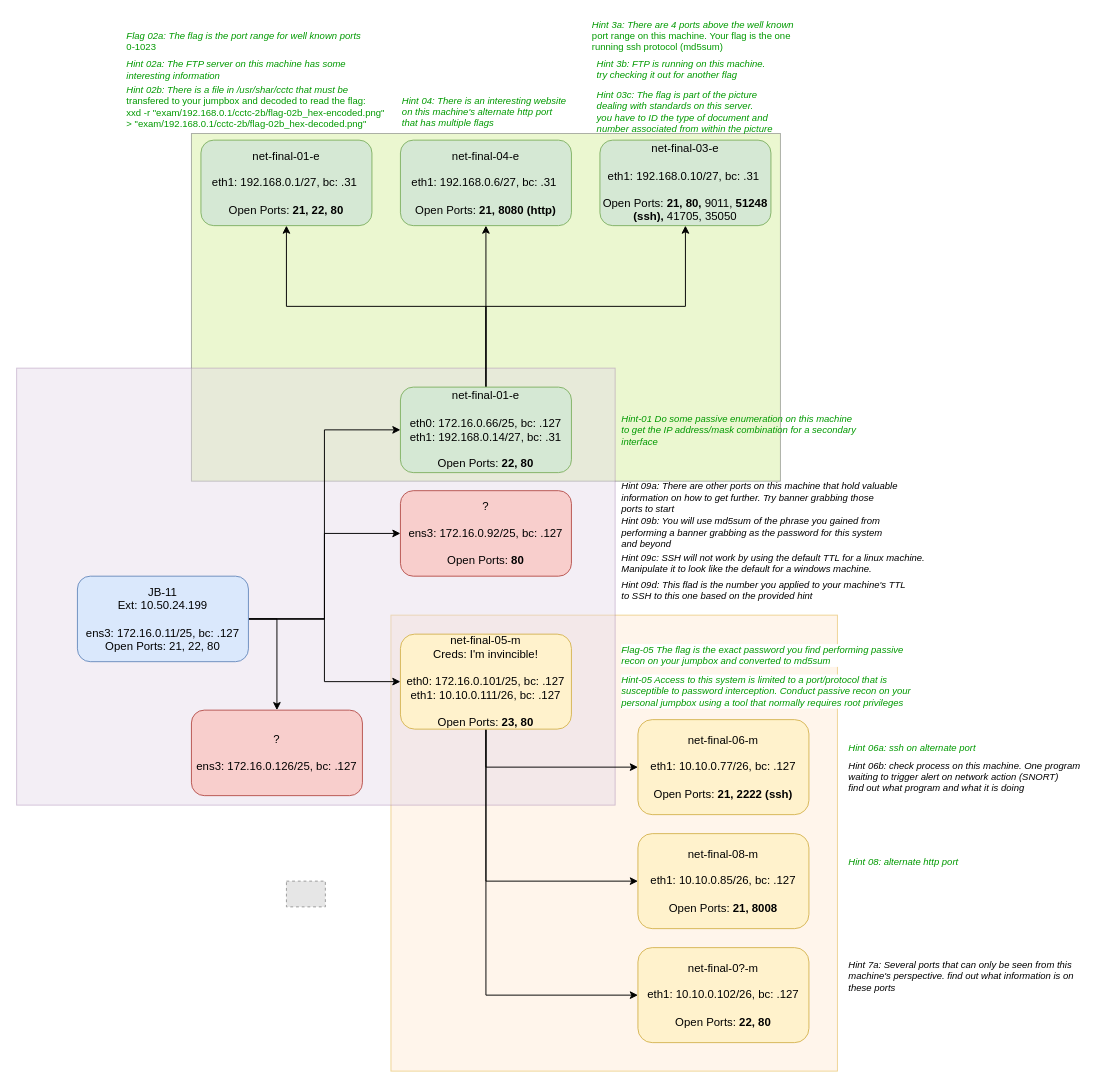
Above: ctf/exam.drawio in abfarr/cctc (draw.io), before the change. Source tidied: cells renumbered, new cells numbered last; positions are measured from the earlier drawing's top-left corner, leaving out a move shared by most shapes. Both pictures are drawn from the tidied source at 95%, with x=0, y=0 at pixel (16, 16). Pictures stored in the file or linked from it are replaced by grey dashed boxes.
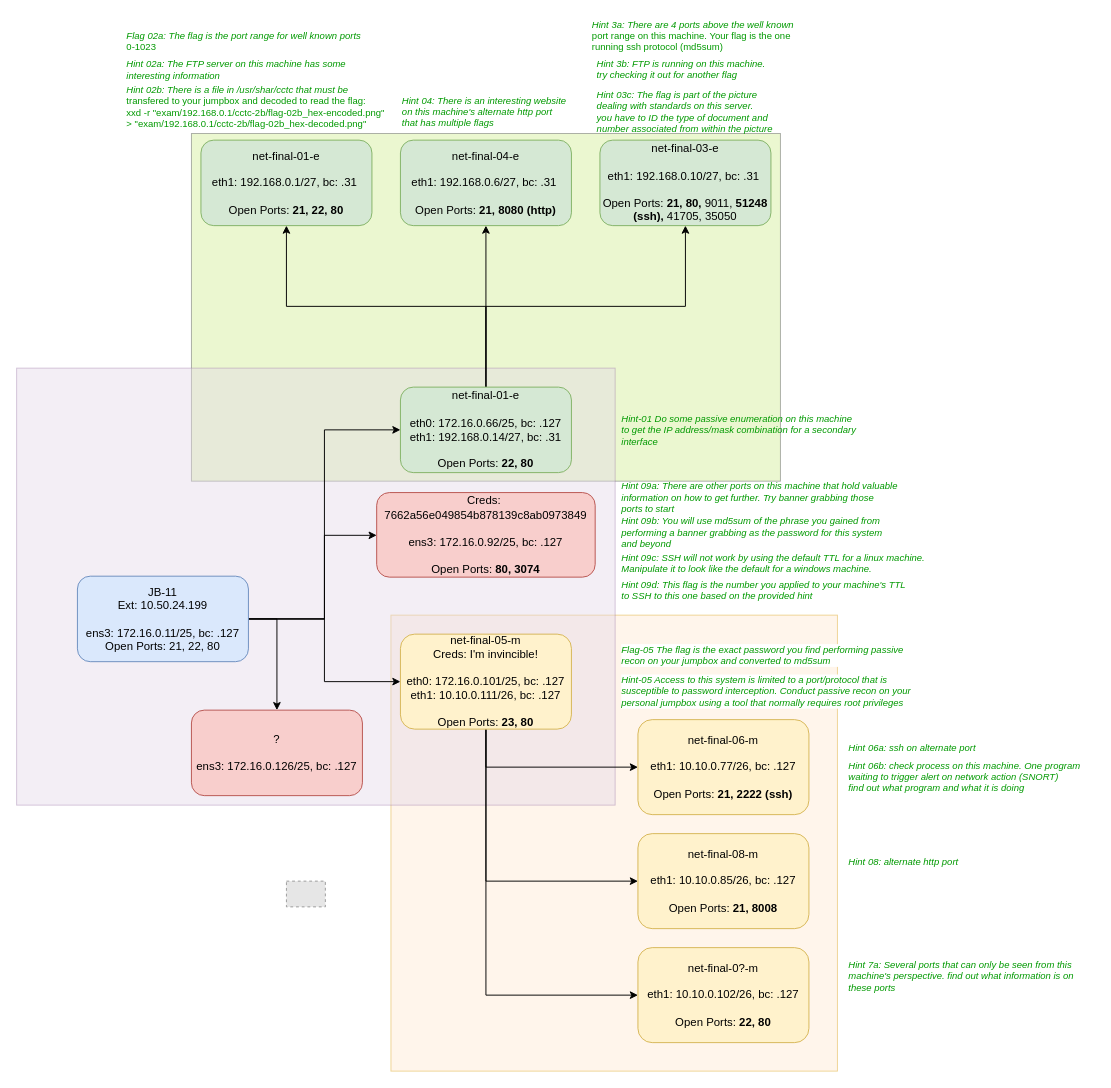
The same diagram, later.

The change refers to these unchanged cells:
```xml
<mxCell id="9" value="JB-11&lt;br&gt;Ext: 10.50.24.199&lt;br&gt;&lt;br&gt;ens3: 172.16.0.11/25, bc: .127&lt;br&gt;Open Ports: 21, 22, 80" style="rounded=1;whiteSpace=wrap;html=1;fillColor=#dae8fc;strokeColor=#6c8ebf;" parent="1" vertex="1">
  <mxGeometry x="64" y="589" width="180" height="90" as="geometry" />
</mxCell>
```

Change to the diagram source:
```diff
@@
     <mxCell id="6" style="edgeStyle=orthogonalEdgeStyle;rounded=0;jettySize=auto;html=1;exitX=1;exitY=0.5;exitDx=0;exitDy=0;fontSize=10;" parent="1" edge="1" source="9" target="20">
-      <mxGeometry relative="1" as="geometry" />
+      <mxGeometry relative="1" as="geometry">
+        <Array as="points">
+          <mxPoint x="324" y="634" />
+          <mxPoint x="324" y="546" />
+        </Array>
+      </mxGeometry>
     </mxCell>
@@
-    <mxCell id="20" value="?&lt;br&gt;&lt;br&gt;ens3: 172.16.0.92/25, bc: .127&lt;br&gt;&lt;br&gt;Open Ports: &lt;b&gt;80&lt;/b&gt;" style="rounded=1;whiteSpace=wrap;html=1;fillColor=#f8cecc;strokeColor=#b85450;" parent="1" vertex="1">
-      <mxGeometry x="404" y="499" width="180" height="90" as="geometry" />
+    <mxCell id="20" value="Creds:&amp;nbsp;&lt;br&gt;7662a56e049854b878139c8ab0973849&lt;br&gt;&lt;br&gt;ens3: 172.16.0.92/25, bc: .127&lt;br&gt;&lt;br&gt;Open Ports: &lt;b&gt;80, 3074&lt;/b&gt;" style="rounded=1;whiteSpace=wrap;html=1;fillColor=#f8cecc;strokeColor=#b85450;" parent="1" vertex="1">
+      <mxGeometry x="379" y="501" width="230" height="89" as="geometry" />
     </mxCell>
@@
-    <mxCell id="22" value="&lt;i style=&quot;font-size: 10px&quot;&gt;Hint 09a: There are other ports on this machine that hold valuable&lt;br style=&quot;font-size: 10px&quot;&gt;information on how to get further. Try banner grabbing those&lt;br style=&quot;font-size: 10px&quot;&gt;ports to start&lt;br style=&quot;font-size: 10px&quot;&gt;&lt;/i&gt;" style="text;html=1;align=left;verticalAlign=middle;strokeColor=none;fillColor=none;fontSize=10;" parent="1" vertex="1">
+    <mxCell id="22" value="&lt;i style=&quot;font-size: 10px&quot;&gt;Hint 09a: There are other ports on this machine that hold valuable&lt;br style=&quot;font-size: 10px&quot;&gt;information on how to get further. Try banner grabbing those&lt;br style=&quot;font-size: 10px&quot;&gt;ports to start&lt;br style=&quot;font-size: 10px&quot;&gt;&lt;/i&gt;" style="text;html=1;align=left;verticalAlign=middle;strokeColor=none;fillColor=none;fontSize=10;fontColor=#009900;" parent="1" vertex="1">
       <mxGeometry x="635" y="486" width="310" height="40" as="geometry" />
     </mxCell>
-    <mxCell id="23" value="&lt;i style=&quot;font-size: 10px&quot;&gt;Hint 09b: You will use md5sum of the phrase you gained from&amp;nbsp;&lt;br style=&quot;font-size: 10px&quot;&gt;performing a banner grabbing as the password for this system&lt;br style=&quot;font-size: 10px&quot;&gt;and beyond&lt;br style=&quot;font-size: 10px&quot;&gt;&lt;/i&gt;" style="text;html=1;align=left;verticalAlign=middle;strokeColor=none;fillColor=none;fontSize=10;" parent="1" vertex="1">
+    <mxCell id="23" value="&lt;i style=&quot;font-size: 10px&quot;&gt;Hint 09b: You will use md5sum of the phrase you gained from&amp;nbsp;&lt;br style=&quot;font-size: 10px&quot;&gt;performing a banner grabbing as the password for this system&lt;br style=&quot;font-size: 10px&quot;&gt;and beyond&lt;br style=&quot;font-size: 10px&quot;&gt;&lt;/i&gt;" style="text;html=1;align=left;verticalAlign=middle;strokeColor=none;fillColor=none;fontSize=10;fontColor=#009900;" parent="1" vertex="1">
       <mxGeometry x="635" y="523" width="290" height="40" as="geometry" />
     </mxCell>
-    <mxCell id="24" value="&lt;i style=&quot;font-size: 10px&quot;&gt;Hint 09c: SSH will not work by using the default TTL for a linux machine.&lt;br style=&quot;font-size: 10px&quot;&gt;Manipulate it to look like the default for a windows machine.&lt;br style=&quot;font-size: 10px&quot;&gt;&lt;/i&gt;" style="text;html=1;align=left;verticalAlign=middle;strokeColor=none;fillColor=none;fontSize=10;" parent="1" vertex="1">
+    <mxCell id="24" value="&lt;i style=&quot;font-size: 10px&quot;&gt;Hint 09c: SSH will not work by using the default TTL for a linux machine.&lt;br style=&quot;font-size: 10px&quot;&gt;Manipulate it to look like the default for a windows machine.&lt;br style=&quot;font-size: 10px&quot;&gt;&lt;/i&gt;" style="text;html=1;align=left;verticalAlign=middle;strokeColor=none;fillColor=none;fontSize=10;fontColor=#009900;" parent="1" vertex="1">
       <mxGeometry x="635" y="560" width="330" height="30" as="geometry" />
     </mxCell>
-    <mxCell id="25" value="&lt;i style=&quot;font-size: 10px&quot;&gt;Hint 09d: This flad is the number you applied to your machine's TTL&lt;br&gt;to SSH to this one based on the provided hint&lt;br style=&quot;font-size: 10px&quot;&gt;&lt;/i&gt;" style="text;html=1;align=left;verticalAlign=middle;strokeColor=none;fillColor=none;fontSize=10;" parent="1" vertex="1">
+    <mxCell id="25" value="&lt;i style=&quot;font-size: 10px&quot;&gt;Hint 09d: This flag is the number you applied to your machine's TTL&lt;br&gt;to SSH to this one based on the provided hint&lt;br style=&quot;font-size: 10px&quot;&gt;&lt;/i&gt;" style="text;html=1;align=left;verticalAlign=middle;strokeColor=none;fillColor=none;fontSize=10;fontColor=#009900;" parent="1" vertex="1">
       <mxGeometry x="635" y="589" width="320" height="30" as="geometry" />
     </mxCell>
@@
-    <mxCell id="42" value="&lt;i style=&quot;font-size: 10px&quot;&gt;Hint 06b: check process on this machine. One program&lt;br&gt;waiting to trigger alert on network action (SNORT)&lt;br&gt;find out what program and what it is doing&amp;nbsp;&lt;br style=&quot;font-size: 10px&quot;&gt;&lt;/i&gt;" style="text;html=1;align=left;verticalAlign=middle;strokeColor=none;fillColor=none;fontSize=10;" parent="1" vertex="1">
+    <mxCell id="42" value="&lt;i style=&quot;font-size: 10px&quot;&gt;Hint 06b: check process on this machine. One program&lt;br&gt;waiting to trigger alert on network action (SNORT)&lt;br&gt;find out what program and what it is doing&amp;nbsp;&lt;br style=&quot;font-size: 10px&quot;&gt;&lt;/i&gt;" style="text;html=1;align=left;verticalAlign=middle;strokeColor=none;fillColor=none;fontSize=10;fontColor=#009900;" parent="1" vertex="1">
       <mxGeometry x="874" y="780" width="260" height="40" as="geometry" />
     </mxCell>
@@
-    <mxCell id="44" value="&lt;i style=&quot;font-size: 10px&quot;&gt;Hint 7a: Several ports that can only be seen from this&lt;br&gt;machine's perspective. find out what information is on&amp;nbsp;&lt;br&gt;these ports&lt;br style=&quot;font-size: 10px&quot;&gt;&lt;/i&gt;" style="text;html=1;align=left;verticalAlign=middle;strokeColor=none;fillColor=none;fontSize=10;" parent="1" vertex="1">
+    <mxCell id="44" value="&lt;i style=&quot;font-size: 10px&quot;&gt;Hint 7a: Several ports that can only be seen from this&lt;br&gt;machine's perspective. find out what information is on&amp;nbsp;&lt;br&gt;these ports&lt;br style=&quot;font-size: 10px&quot;&gt;&lt;/i&gt;" style="text;html=1;align=left;verticalAlign=middle;strokeColor=none;fillColor=none;fontSize=10;fontColor=#009900;" parent="1" vertex="1">
       <mxGeometry x="874" y="990" width="260" height="40" as="geometry" />
     </mxCell>
```
